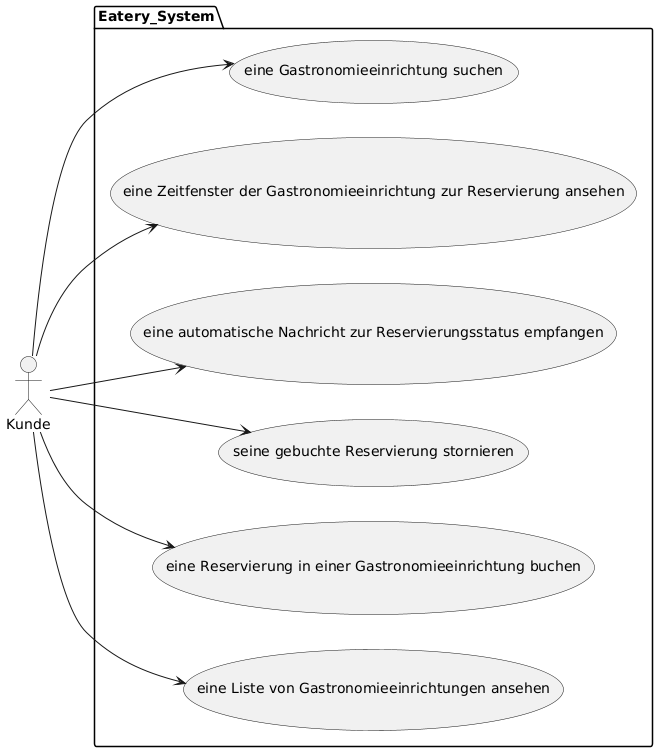
This is diagram/useCaseDiagram-customer.png from kyklospi/eatery, a PlantUML export, as it was before one commit.
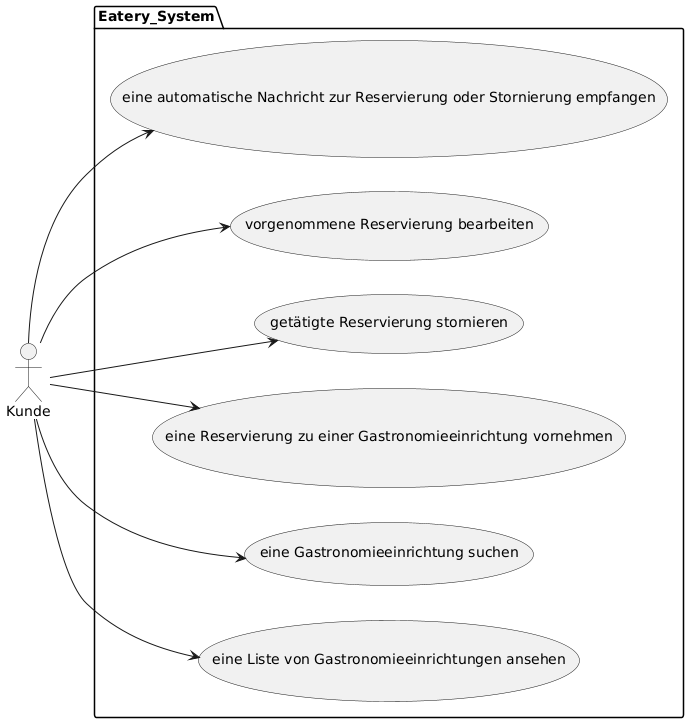
Later version of the same file.

What changed in the source:
```diff
@@ -3,11 +3,11 @@
 actor "Kunde" as customer
 package Eatery_System {
   usecase "eine Liste von Gastronomieeinrichtungen ansehen" as UC1
-  usecase "eine Reservierung in einer Gastronomieeinrichtung buchen" as UC2
-  usecase "seine gebuchte Reservierung stornieren" as UC3
-  usecase "eine automatische Nachricht zur Reservierungsstatus empfangen" as UC4
-  usecase "eine Zeitfenster der Gastronomieeinrichtung zur Reservierung ansehen" as UC5
-  usecase "eine Gastronomieeinrichtung suchen" as UC6
+  usecase "eine Gastronomieeinrichtung suchen" as UC2
+  usecase "eine Reservierung zu einer Gastronomieeinrichtung vornehmen" as UC3
+  usecase "getätigte Reservierung stornieren" as UC4
+  usecase "vorgenommene Reservierung bearbeiten" as UC5
+  usecase "eine automatische Nachricht zur Reservierung oder Stornierung empfangen" as UC6
 }
 customer --> UC1
 customer --> UC2
```
